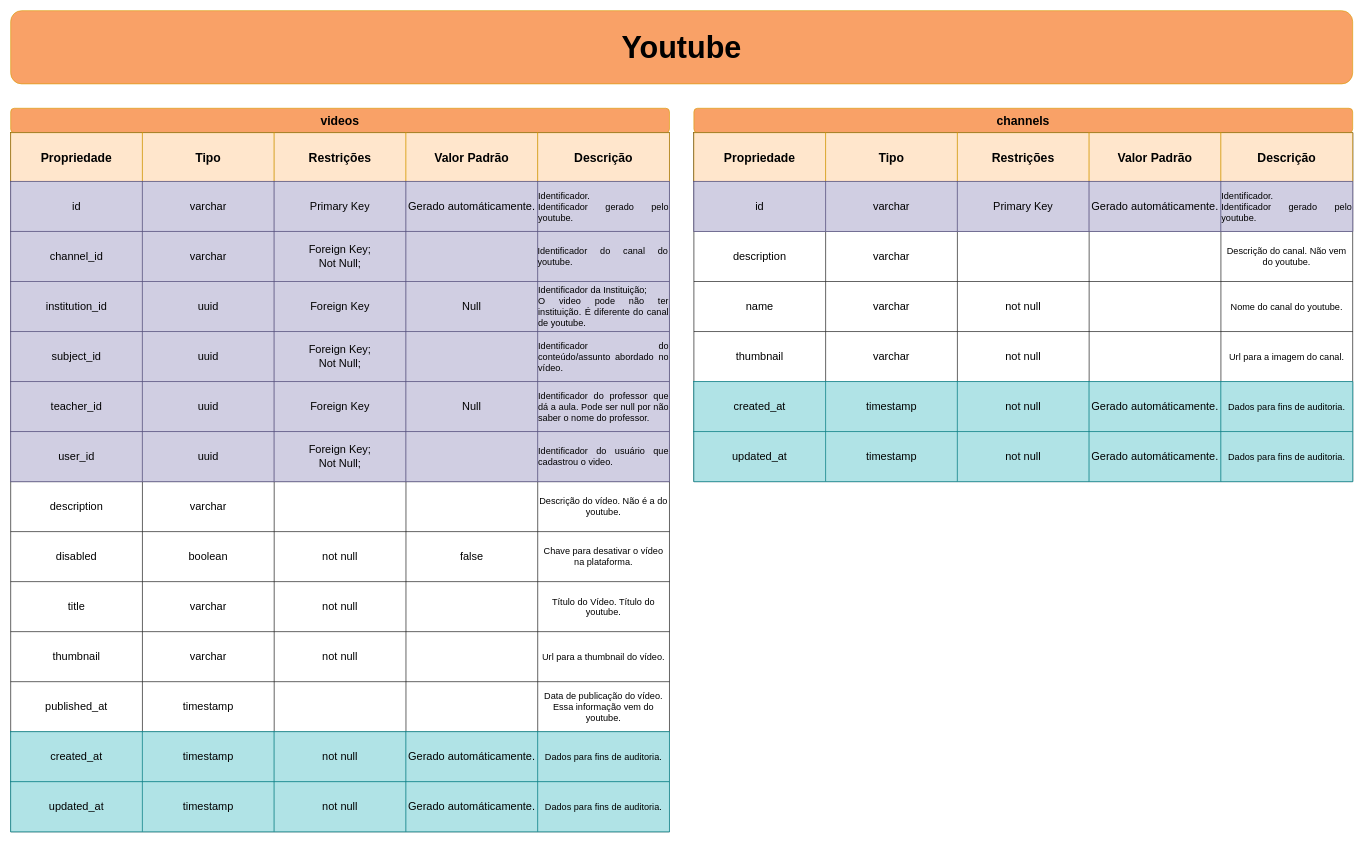
This is page "Dicionário Youtube" (5 of 6) of db_model.drawio from SevenSeas-Tech/demen-backend, a draw.io file, before an edit. Source tidied: cells renumbered, new cells numbered last; positions are measured from the earlier drawing's top-left corner, leaving out a move shared by most shapes. Both pictures are drawn from the tidied source at 61%, with x=0, y=0 at pixel (10, 10).
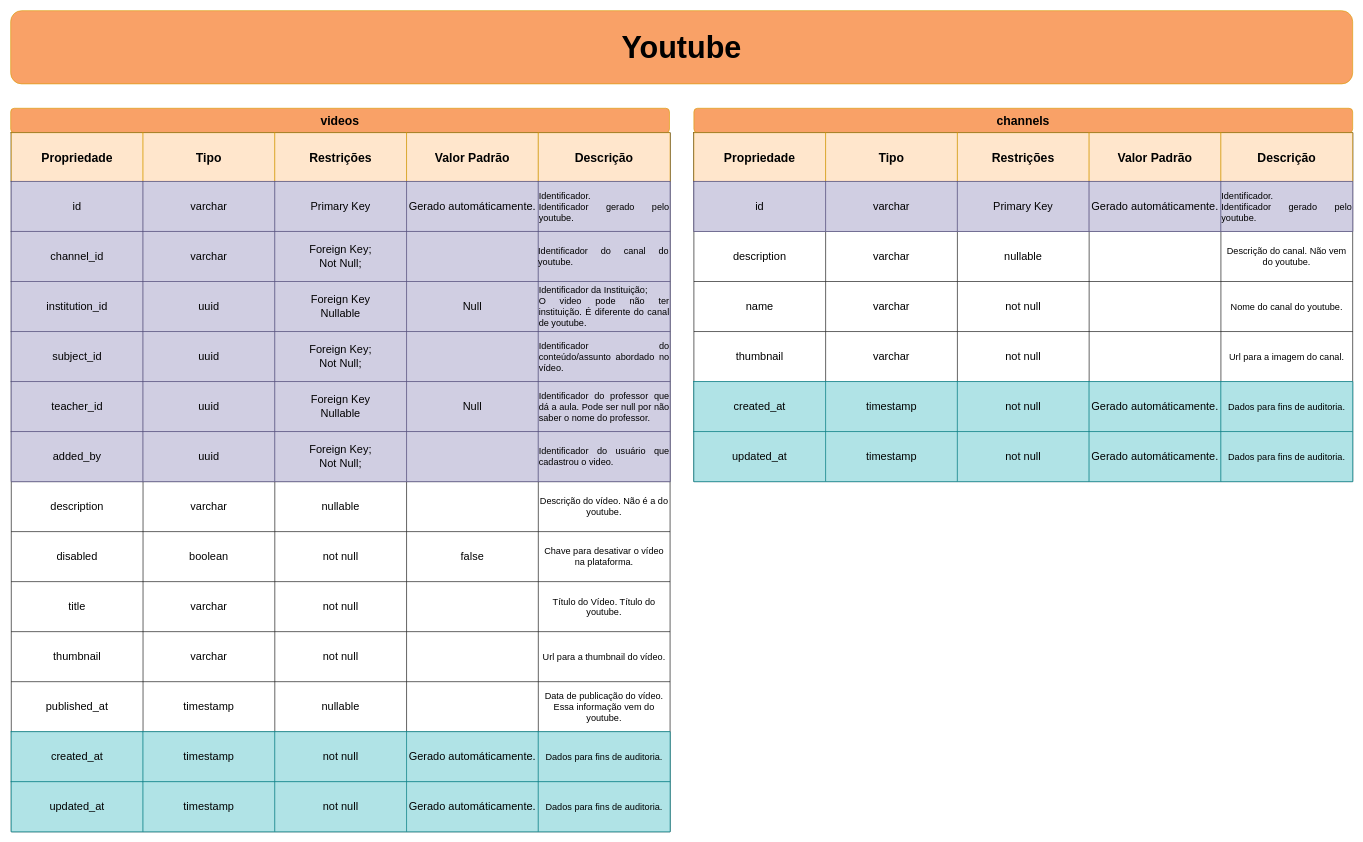
Above is the later version.

The change refers to these unchanged cells:
```xml
<mxCell id="23" style="shape=tableRow;horizontal=0;startSize=0;swimlaneHead=0;swimlaneBody=0;top=1;left=1;bottom=1;right=1;fillColor=#d0cee2;fontSize=12;strokeColor=#56517e;" parent="4" vertex="1">
  <mxGeometry y="244" width="1080" height="82" as="geometry" />
</mxCell>
<mxCell id="35" style="shape=tableRow;horizontal=0;startSize=0;swimlaneHead=0;swimlaneBody=0;top=1;left=1;bottom=1;right=1;fillColor=#d0cee2;fontSize=12;strokeColor=#56517e;" parent="4" vertex="1">
  <mxGeometry y="408" width="1080" height="82" as="geometry" />
</mxCell>
<mxCell id="41" style="shape=tableRow;horizontal=0;startSize=0;swimlaneHead=0;swimlaneBody=0;top=1;left=1;bottom=1;right=1;fillColor=#d0cee2;fontSize=12;strokeColor=#56517e;" parent="4" vertex="1">
  <mxGeometry y="490" width="1080" height="82" as="geometry" />
</mxCell>
<mxCell id="47" style="shape=tableRow;horizontal=0;startSize=0;swimlaneHead=0;swimlaneBody=0;top=0;left=0;bottom=0;right=0;fillColor=none;fontSize=12;" parent="4" vertex="1">
  <mxGeometry y="572" width="1080" height="82" as="geometry" />
</mxCell>
<mxCell id="71" style="shape=tableRow;horizontal=0;startSize=0;swimlaneHead=0;swimlaneBody=0;top=0;left=0;bottom=0;right=0;fillColor=none;fontSize=12;" parent="4" vertex="1">
  <mxGeometry y="900" width="1080" height="82" as="geometry" />
</mxCell>
<mxCell id="103" style="shape=tableRow;horizontal=0;startSize=0;swimlaneHead=0;swimlaneBody=0;top=0;left=0;bottom=0;right=0;fillColor=none;fontSize=12;" parent="90" vertex="1">
  <mxGeometry y="162" width="1080" height="82" as="geometry" />
</mxCell>
```

Diff of the diagram source:
```diff
@@
     <mxCell id="4" style="shape=table;startSize=0;childLayout=tableLayout;fontSize=12;rounded=1;" parent="1" vertex="1">
-      <mxGeometry y="200" width="1080" height="1146" as="geometry" />
+      <mxGeometry x="1" y="200" width="1080" height="1146" as="geometry" />
     </mxCell>
@@
-    <mxCell id="26" value="Foreign Key" style="shape=partialRectangle;html=1;whiteSpace=wrap;overflow=hidden;fillColor=#d0cee2;top=1;left=1;bottom=1;right=1;fontSize=18;strokeColor=#56517e;" parent="23" vertex="1">
+    <mxCell id="26" value="Foreign Key&lt;br&gt;Nullable" style="shape=partialRectangle;html=1;whiteSpace=wrap;overflow=hidden;fillColor=#d0cee2;top=1;left=1;bottom=1;right=1;fontSize=18;strokeColor=#56517e;" parent="23" vertex="1">
       <mxGeometry x="432" width="216" height="82" as="geometry" />
     </mxCell>
@@
-    <mxCell id="38" value="Foreign Key" style="shape=partialRectangle;html=1;whiteSpace=wrap;overflow=hidden;fillColor=#d0cee2;top=1;left=1;bottom=1;right=1;fontSize=18;strokeColor=#56517e;" parent="35" vertex="1">
+    <mxCell id="38" value="Foreign Key&lt;br&gt;Nullable" style="shape=partialRectangle;html=1;whiteSpace=wrap;overflow=hidden;fillColor=#d0cee2;top=1;left=1;bottom=1;right=1;fontSize=18;strokeColor=#56517e;" parent="35" vertex="1">
       <mxGeometry x="432" width="216" height="82" as="geometry" />
     </mxCell>
@@
-    <mxCell id="42" value="user_id" style="shape=partialRectangle;html=1;whiteSpace=wrap;overflow=hidden;fillColor=#d0cee2;top=1;left=1;bottom=1;right=1;fontSize=18;strokeColor=#56517e;" parent="41" vertex="1">
+    <mxCell id="42" value="added_by" style="shape=partialRectangle;html=1;whiteSpace=wrap;overflow=hidden;fillColor=#d0cee2;top=1;left=1;bottom=1;right=1;fontSize=18;strokeColor=#56517e;" parent="41" vertex="1">
       <mxGeometry width="216" height="82" as="geometry" />
     </mxCell>
@@
-    <mxCell id="50" style="shape=partialRectangle;html=1;whiteSpace=wrap;overflow=hidden;fillColor=none;top=0;left=0;bottom=0;right=0;fontSize=18;" parent="47" vertex="1">
+    <mxCell id="50" value="nullable" style="shape=partialRectangle;html=1;whiteSpace=wrap;overflow=hidden;fillColor=none;top=0;left=0;bottom=0;right=0;fontSize=18;" parent="47" vertex="1">
       <mxGeometry x="432" width="216" height="82" as="geometry" />
     </mxCell>
@@
-    <mxCell id="74" style="shape=partialRectangle;html=1;whiteSpace=wrap;overflow=hidden;fillColor=none;top=0;left=0;bottom=0;right=0;fontSize=18;" parent="71" vertex="1">
+    <mxCell id="74" value="nullable" style="shape=partialRectangle;html=1;whiteSpace=wrap;overflow=hidden;fillColor=none;top=0;left=0;bottom=0;right=0;fontSize=18;" parent="71" vertex="1">
       <mxGeometry x="432" width="216" height="82" as="geometry" />
     </mxCell>
@@
-    <mxCell id="106" style="shape=partialRectangle;html=1;whiteSpace=wrap;overflow=hidden;fillColor=none;top=0;left=0;bottom=0;right=0;fontSize=18;" parent="103" vertex="1">
+    <mxCell id="106" value="nullable" style="shape=partialRectangle;html=1;whiteSpace=wrap;overflow=hidden;fillColor=none;top=0;left=0;bottom=0;right=0;fontSize=18;" parent="103" vertex="1">
       <mxGeometry x="432" width="216" height="82" as="geometry" />
     </mxCell>
```
